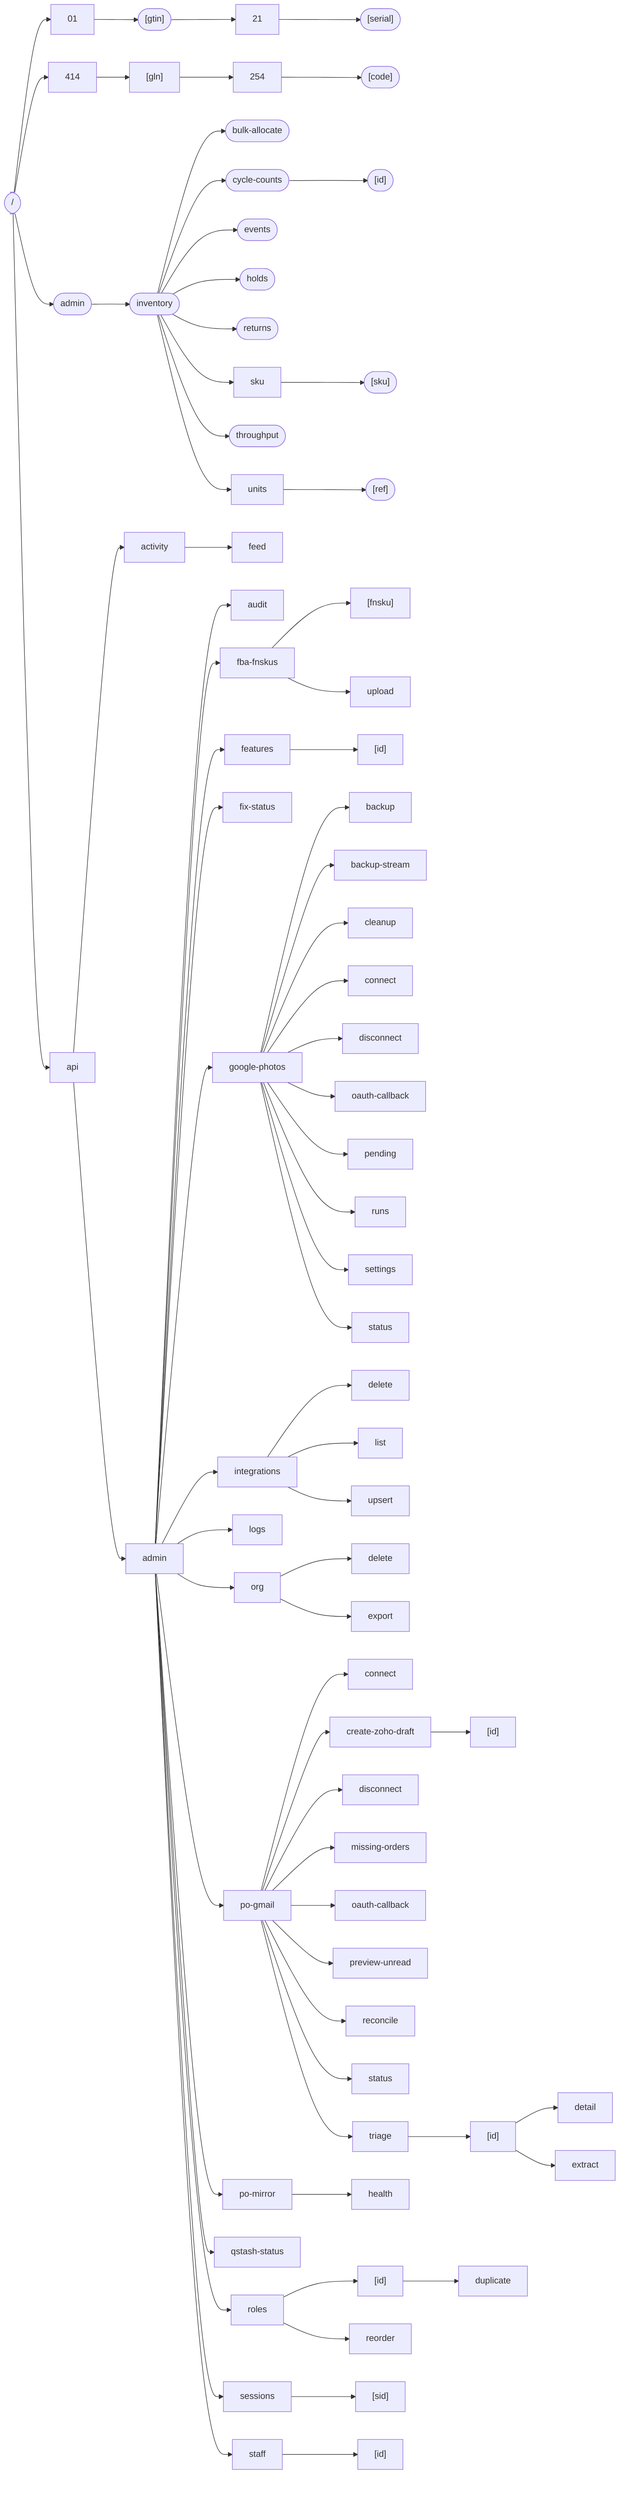
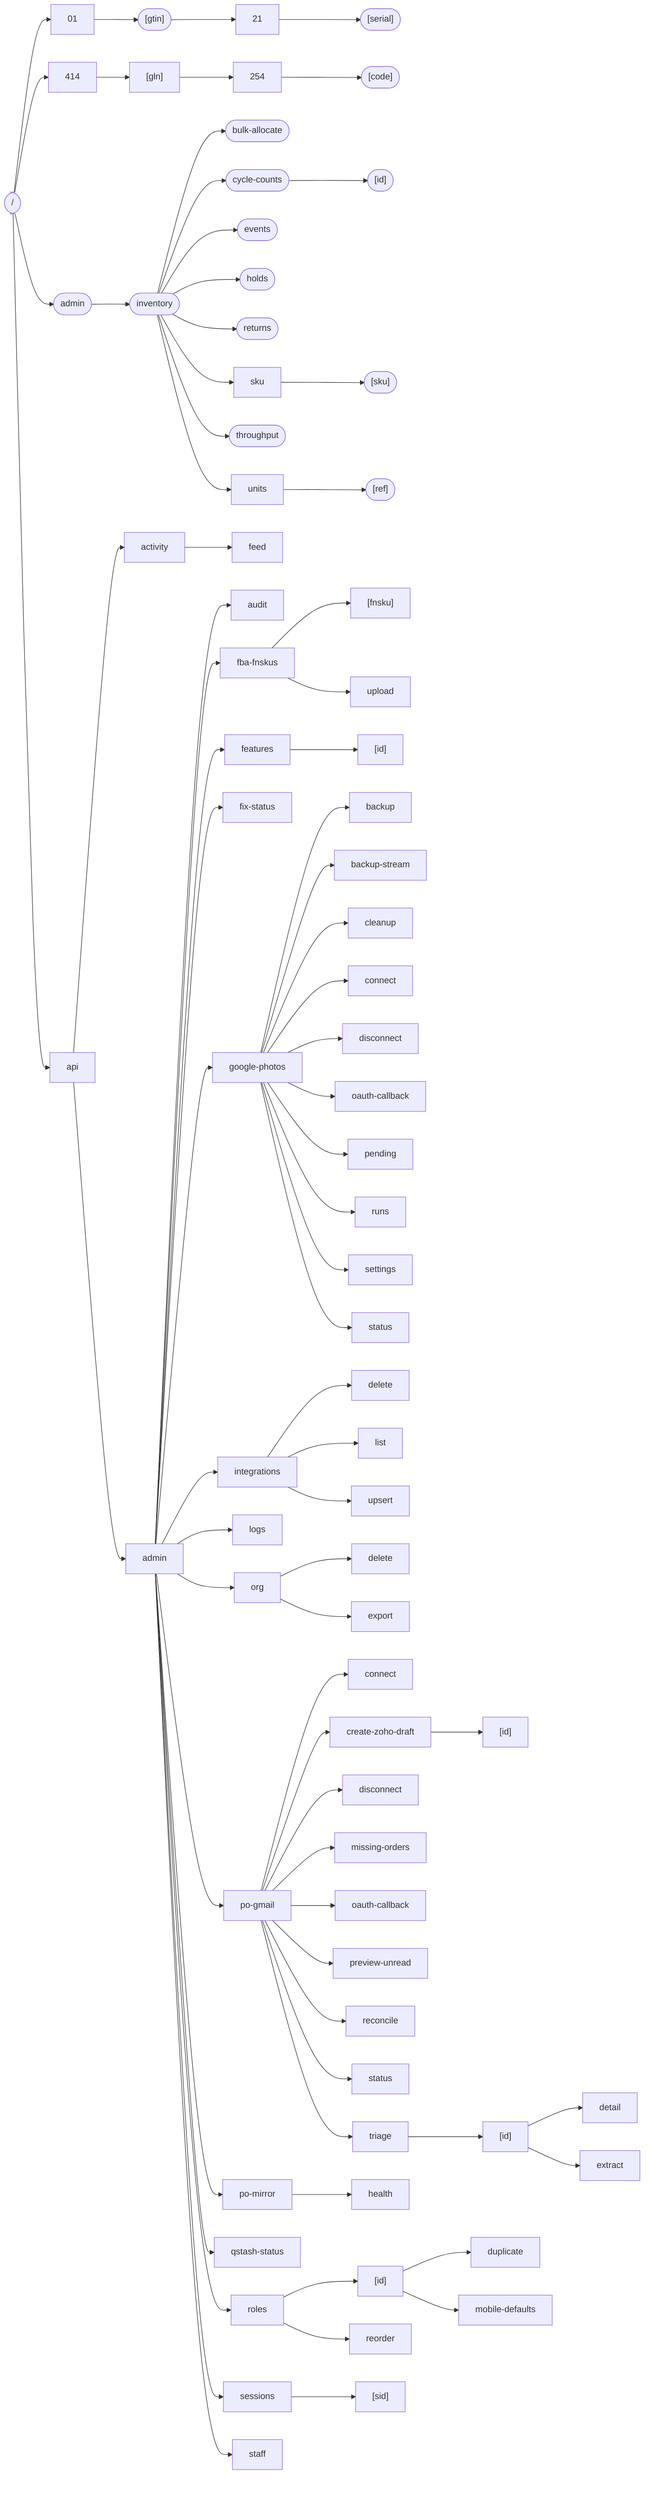
flowchart LR
  root(["/"])
  01["01"]
  root --> 01
  01__gtin(["[gtin]"])
  01 --> 01__gtin
  click 01__gtin "src/app/01/[gtin]/page.tsx" "page: src/app/01/[gtin]/page.tsx"
  01__gtin__21["21"]
  01__gtin --> 01__gtin__21
  01__gtin__21__serial(["[serial]"])
  01__gtin__21 --> 01__gtin__21__serial
  click 01__gtin__21__serial "src/app/01/[gtin]/21/[serial]/page.tsx" "page: src/app/01/[gtin]/21/[serial]/page.tsx"
  414["414"]
  root --> 414
  414__gln["[gln]"]
  414 --> 414__gln
  414__gln__254["254"]
  414__gln --> 414__gln__254
  414__gln__254__code(["[code]"])
  414__gln__254 --> 414__gln__254__code
  click 414__gln__254__code "src/app/414/[gln]/254/[code]/page.tsx" "page: src/app/414/[gln]/254/[code]/page.tsx"
  admin(["admin"])
  root --> admin
  click admin "src/app/admin/page.tsx" "page: src/app/admin/page.tsx"
  admin_inventory(["inventory"])
  admin --> admin_inventory
  click admin_inventory "src/app/admin/inventory/page.tsx" "page: src/app/admin/inventory/page.tsx"
  admin_inventory_bulk_allocate(["bulk-allocate"])
  admin_inventory --> admin_inventory_bulk_allocate
  click admin_inventory_bulk_allocate "src/app/admin/inventory/bulk-allocate/page.tsx" "page: src/app/admin/inventory/bulk-allocate/page.tsx"
  admin_inventory_cycle_counts(["cycle-counts"])
  admin_inventory --> admin_inventory_cycle_counts
  click admin_inventory_cycle_counts "src/app/admin/inventory/cycle-counts/page.tsx" "page: src/app/admin/inventory/cycle-counts/page.tsx"
  admin_inventory_cycle_counts__id(["[id]"])
  admin_inventory_cycle_counts --> admin_inventory_cycle_counts__id
  click admin_inventory_cycle_counts__id "src/app/admin/inventory/cycle-counts/[id]/page.tsx" "page: src/app/admin/inventory/cycle-counts/[id]/page.tsx"
  admin_inventory_events(["events"])
  admin_inventory --> admin_inventory_events
  click admin_inventory_events "src/app/admin/inventory/events/page.tsx" "page: src/app/admin/inventory/events/page.tsx"
  admin_inventory_holds(["holds"])
  admin_inventory --> admin_inventory_holds
  click admin_inventory_holds "src/app/admin/inventory/holds/page.tsx" "page: src/app/admin/inventory/holds/page.tsx"
  admin_inventory_returns(["returns"])
  admin_inventory --> admin_inventory_returns
  click admin_inventory_returns "src/app/admin/inventory/returns/page.tsx" "page: src/app/admin/inventory/returns/page.tsx"
  admin_inventory_sku["sku"]
  admin_inventory --> admin_inventory_sku
  admin_inventory_sku__sku(["[sku]"])
  admin_inventory_sku --> admin_inventory_sku__sku
  click admin_inventory_sku__sku "src/app/admin/inventory/sku/[sku]/page.tsx" "page: src/app/admin/inventory/sku/[sku]/page.tsx"
  admin_inventory_throughput(["throughput"])
  admin_inventory --> admin_inventory_throughput
  click admin_inventory_throughput "src/app/admin/inventory/throughput/page.tsx" "page: src/app/admin/inventory/throughput/page.tsx"
  admin_inventory_units["units"]
  admin_inventory --> admin_inventory_units
  admin_inventory_units__ref(["[ref]"])
  admin_inventory_units --> admin_inventory_units__ref
  click admin_inventory_units__ref "src/app/admin/inventory/units/[ref]/page.tsx" "page: src/app/admin/inventory/units/[ref]/page.tsx"
  api["api"]
  root --> api
  api_activity["activity"]
  api --> api_activity
  api_activity_feed["feed"]
  api_activity --> api_activity_feed
  click api_activity_feed "src/app/api/activity/feed/route.ts" "route: src/app/api/activity/feed/route.ts"
  api_admin["admin"]
  api --> api_admin
  api_admin_audit["audit"]
  api_admin --> api_admin_audit
  click api_admin_audit "src/app/api/admin/audit/route.ts" "route: src/app/api/admin/audit/route.ts"
  api_admin_fba_fnskus["fba-fnskus"]
  api_admin --> api_admin_fba_fnskus
  click api_admin_fba_fnskus "src/app/api/admin/fba-fnskus/route.ts" "route: src/app/api/admin/fba-fnskus/route.ts"
  api_admin_fba_fnskus__fnsku["[fnsku]"]
  api_admin_fba_fnskus --> api_admin_fba_fnskus__fnsku
  click api_admin_fba_fnskus__fnsku "src/app/api/admin/fba-fnskus/[fnsku]/route.ts" "route: src/app/api/admin/fba-fnskus/[fnsku]/route.ts"
  api_admin_fba_fnskus_upload["upload"]
  api_admin_fba_fnskus --> api_admin_fba_fnskus_upload
  click api_admin_fba_fnskus_upload "src/app/api/admin/fba-fnskus/upload/route.ts" "route: src/app/api/admin/fba-fnskus/upload/route.ts"
  api_admin_features["features"]
  api_admin --> api_admin_features
  click api_admin_features "src/app/api/admin/features/route.ts" "route: src/app/api/admin/features/route.ts"
  api_admin_features__id["[id]"]
  api_admin_features --> api_admin_features__id
  click api_admin_features__id "src/app/api/admin/features/[id]/route.ts" "route: src/app/api/admin/features/[id]/route.ts"
  api_admin_fix_status["fix-status"]
  api_admin --> api_admin_fix_status
  click api_admin_fix_status "src/app/api/admin/fix-status/route.ts" "route: src/app/api/admin/fix-status/route.ts"
  api_admin_google_photos["google-photos"]
  api_admin --> api_admin_google_photos
  api_admin_google_photos_backup["backup"]
  api_admin_google_photos --> api_admin_google_photos_backup
  click api_admin_google_photos_backup "src/app/api/admin/google-photos/backup/route.ts" "route: src/app/api/admin/google-photos/backup/route.ts"
  api_admin_google_photos_backup_stream["backup-stream"]
  api_admin_google_photos --> api_admin_google_photos_backup_stream
  click api_admin_google_photos_backup_stream "src/app/api/admin/google-photos/backup-stream/route.ts" "route: src/app/api/admin/google-photos/backup-stream/route.ts"
  api_admin_google_photos_cleanup["cleanup"]
  api_admin_google_photos --> api_admin_google_photos_cleanup
  click api_admin_google_photos_cleanup "src/app/api/admin/google-photos/cleanup/route.ts" "route: src/app/api/admin/google-photos/cleanup/route.ts"
  api_admin_google_photos_connect["connect"]
  api_admin_google_photos --> api_admin_google_photos_connect
  click api_admin_google_photos_connect "src/app/api/admin/google-photos/connect/route.ts" "route: src/app/api/admin/google-photos/connect/route.ts"
  api_admin_google_photos_disconnect["disconnect"]
  api_admin_google_photos --> api_admin_google_photos_disconnect
  click api_admin_google_photos_disconnect "src/app/api/admin/google-photos/disconnect/route.ts" "route: src/app/api/admin/google-photos/disconnect/route.ts"
  api_admin_google_photos_oauth_callback["oauth-callback"]
  api_admin_google_photos --> api_admin_google_photos_oauth_callback
  click api_admin_google_photos_oauth_callback "src/app/api/admin/google-photos/oauth-callback/route.ts" "route: src/app/api/admin/google-photos/oauth-callback/route.ts"
  api_admin_google_photos_pending["pending"]
  api_admin_google_photos --> api_admin_google_photos_pending
  click api_admin_google_photos_pending "src/app/api/admin/google-photos/pending/route.ts" "route: src/app/api/admin/google-photos/pending/route.ts"
  api_admin_google_photos_runs["runs"]
  api_admin_google_photos --> api_admin_google_photos_runs
  click api_admin_google_photos_runs "src/app/api/admin/google-photos/runs/route.ts" "route: src/app/api/admin/google-photos/runs/route.ts"
  api_admin_google_photos_settings["settings"]
  api_admin_google_photos --> api_admin_google_photos_settings
  click api_admin_google_photos_settings "src/app/api/admin/google-photos/settings/route.ts" "route: src/app/api/admin/google-photos/settings/route.ts"
  api_admin_google_photos_status["status"]
  api_admin_google_photos --> api_admin_google_photos_status
  click api_admin_google_photos_status "src/app/api/admin/google-photos/status/route.ts" "route: src/app/api/admin/google-photos/status/route.ts"
  api_admin_integrations["integrations"]
  api_admin --> api_admin_integrations
  api_admin_integrations_delete["delete"]
  api_admin_integrations --> api_admin_integrations_delete
  click api_admin_integrations_delete "src/app/api/admin/integrations/delete/route.ts" "route: src/app/api/admin/integrations/delete/route.ts"
  api_admin_integrations_list["list"]
  api_admin_integrations --> api_admin_integrations_list
  click api_admin_integrations_list "src/app/api/admin/integrations/list/route.ts" "route: src/app/api/admin/integrations/list/route.ts"
  api_admin_integrations_upsert["upsert"]
  api_admin_integrations --> api_admin_integrations_upsert
  click api_admin_integrations_upsert "src/app/api/admin/integrations/upsert/route.ts" "route: src/app/api/admin/integrations/upsert/route.ts"
  api_admin_logs["logs"]
  api_admin --> api_admin_logs
  click api_admin_logs "src/app/api/admin/logs/route.ts" "route: src/app/api/admin/logs/route.ts"
  api_admin_org["org"]
  api_admin --> api_admin_org
  api_admin_org_delete["delete"]
  api_admin_org --> api_admin_org_delete
  click api_admin_org_delete "src/app/api/admin/org/delete/route.ts" "route: src/app/api/admin/org/delete/route.ts"
  api_admin_org_export["export"]
  api_admin_org --> api_admin_org_export
  click api_admin_org_export "src/app/api/admin/org/export/route.ts" "route: src/app/api/admin/org/export/route.ts"
  api_admin_po_gmail["po-gmail"]
  api_admin --> api_admin_po_gmail
  api_admin_po_gmail_connect["connect"]
  api_admin_po_gmail --> api_admin_po_gmail_connect
  click api_admin_po_gmail_connect "src/app/api/admin/po-gmail/connect/route.ts" "route: src/app/api/admin/po-gmail/connect/route.ts"
  api_admin_po_gmail_create_zoho_draft["create-zoho-draft"]
  api_admin_po_gmail --> api_admin_po_gmail_create_zoho_draft
  api_admin_po_gmail_create_zoho_draft__id["[id]"]
  api_admin_po_gmail_create_zoho_draft --> api_admin_po_gmail_create_zoho_draft__id
  click api_admin_po_gmail_create_zoho_draft__id "src/app/api/admin/po-gmail/create-zoho-draft/[id]/route.ts" "route: src/app/api/admin/po-gmail/create-zoho-draft/[id]/route.ts"
  api_admin_po_gmail_disconnect["disconnect"]
  api_admin_po_gmail --> api_admin_po_gmail_disconnect
  click api_admin_po_gmail_disconnect "src/app/api/admin/po-gmail/disconnect/route.ts" "route: src/app/api/admin/po-gmail/disconnect/route.ts"
  api_admin_po_gmail_missing_orders["missing-orders"]
  api_admin_po_gmail --> api_admin_po_gmail_missing_orders
  click api_admin_po_gmail_missing_orders "src/app/api/admin/po-gmail/missing-orders/route.ts" "route: src/app/api/admin/po-gmail/missing-orders/route.ts"
  api_admin_po_gmail_oauth_callback["oauth-callback"]
  api_admin_po_gmail --> api_admin_po_gmail_oauth_callback
  click api_admin_po_gmail_oauth_callback "src/app/api/admin/po-gmail/oauth-callback/route.ts" "route: src/app/api/admin/po-gmail/oauth-callback/route.ts"
  api_admin_po_gmail_preview_unread["preview-unread"]
  api_admin_po_gmail --> api_admin_po_gmail_preview_unread
  click api_admin_po_gmail_preview_unread "src/app/api/admin/po-gmail/preview-unread/route.ts" "route: src/app/api/admin/po-gmail/preview-unread/route.ts"
  api_admin_po_gmail_reconcile["reconcile"]
  api_admin_po_gmail --> api_admin_po_gmail_reconcile
  click api_admin_po_gmail_reconcile "src/app/api/admin/po-gmail/reconcile/route.ts" "route: src/app/api/admin/po-gmail/reconcile/route.ts"
  api_admin_po_gmail_status["status"]
  api_admin_po_gmail --> api_admin_po_gmail_status
  click api_admin_po_gmail_status "src/app/api/admin/po-gmail/status/route.ts" "route: src/app/api/admin/po-gmail/status/route.ts"
  api_admin_po_gmail_triage["triage"]
  api_admin_po_gmail --> api_admin_po_gmail_triage
  click api_admin_po_gmail_triage "src/app/api/admin/po-gmail/triage/route.ts" "route: src/app/api/admin/po-gmail/triage/route.ts"
  api_admin_po_gmail_triage__id["[id]"]
  api_admin_po_gmail_triage --> api_admin_po_gmail_triage__id
  click api_admin_po_gmail_triage__id "src/app/api/admin/po-gmail/triage/[id]/route.ts" "route: src/app/api/admin/po-gmail/triage/[id]/route.ts"
  api_admin_po_gmail_triage__id__detail["detail"]
  api_admin_po_gmail_triage__id --> api_admin_po_gmail_triage__id__detail
  click api_admin_po_gmail_triage__id__detail "src/app/api/admin/po-gmail/triage/[id]/detail/route.ts" "route: src/app/api/admin/po-gmail/triage/[id]/detail/route.ts"
  api_admin_po_gmail_triage__id__extract["extract"]
  api_admin_po_gmail_triage__id --> api_admin_po_gmail_triage__id__extract
  click api_admin_po_gmail_triage__id__extract "src/app/api/admin/po-gmail/triage/[id]/extract/route.ts" "route: src/app/api/admin/po-gmail/triage/[id]/extract/route.ts"
  api_admin_po_mirror["po-mirror"]
  api_admin --> api_admin_po_mirror
  api_admin_po_mirror_health["health"]
  api_admin_po_mirror --> api_admin_po_mirror_health
  click api_admin_po_mirror_health "src/app/api/admin/po-mirror/health/route.ts" "route: src/app/api/admin/po-mirror/health/route.ts"
  api_admin_qstash_status["qstash-status"]
  api_admin --> api_admin_qstash_status
  click api_admin_qstash_status "src/app/api/admin/qstash-status/route.ts" "route: src/app/api/admin/qstash-status/route.ts"
  api_admin_roles["roles"]
  api_admin --> api_admin_roles
  click api_admin_roles "src/app/api/admin/roles/route.ts" "route: src/app/api/admin/roles/route.ts"
  api_admin_roles__id["[id]"]
  api_admin_roles --> api_admin_roles__id
  click api_admin_roles__id "src/app/api/admin/roles/[id]/route.ts" "route: src/app/api/admin/roles/[id]/route.ts"
  api_admin_roles__id__duplicate["duplicate"]
  api_admin_roles__id --> api_admin_roles__id__duplicate
  click api_admin_roles__id__duplicate "src/app/api/admin/roles/[id]/duplicate/route.ts" "route: src/app/api/admin/roles/[id]/duplicate/route.ts"
+   api_admin_roles__id__mobile_defaults["mobile-defaults"]
+   api_admin_roles__id --> api_admin_roles__id__mobile_defaults
+   click api_admin_roles__id__mobile_defaults "src/app/api/admin/roles/[id]/mobile-defaults/route.ts" "route: src/app/api/admin/roles/[id]/mobile-defaults/route.ts"
  api_admin_roles_reorder["reorder"]
  api_admin_roles --> api_admin_roles_reorder
  click api_admin_roles_reorder "src/app/api/admin/roles/reorder/route.ts" "route: src/app/api/admin/roles/reorder/route.ts"
  api_admin_sessions["sessions"]
  api_admin --> api_admin_sessions
  click api_admin_sessions "src/app/api/admin/sessions/route.ts" "route: src/app/api/admin/sessions/route.ts"
  api_admin_sessions__sid["[sid]"]
  api_admin_sessions --> api_admin_sessions__sid
  click api_admin_sessions__sid "src/app/api/admin/sessions/[sid]/route.ts" "route: src/app/api/admin/sessions/[sid]/route.ts"
  api_admin_staff["staff"]
  api_admin --> api_admin_staff
-   click api_admin_staff "src/app/api/admin/staff/route.ts" "route: src/app/api/admin/staff/route.ts"
-   api_admin_staff__id["[id]"]
-   api_admin_staff --> api_admin_staff__id
-   click api_admin_staff__id "src/app/api/admin/staff/[id]/route.ts" "route: src/app/api/admin/staff/[id]/route.ts"+   click api_admin_staff "src/app/api/admin/staff/route.ts" "route: src/app/api/admin/staff/route.ts"